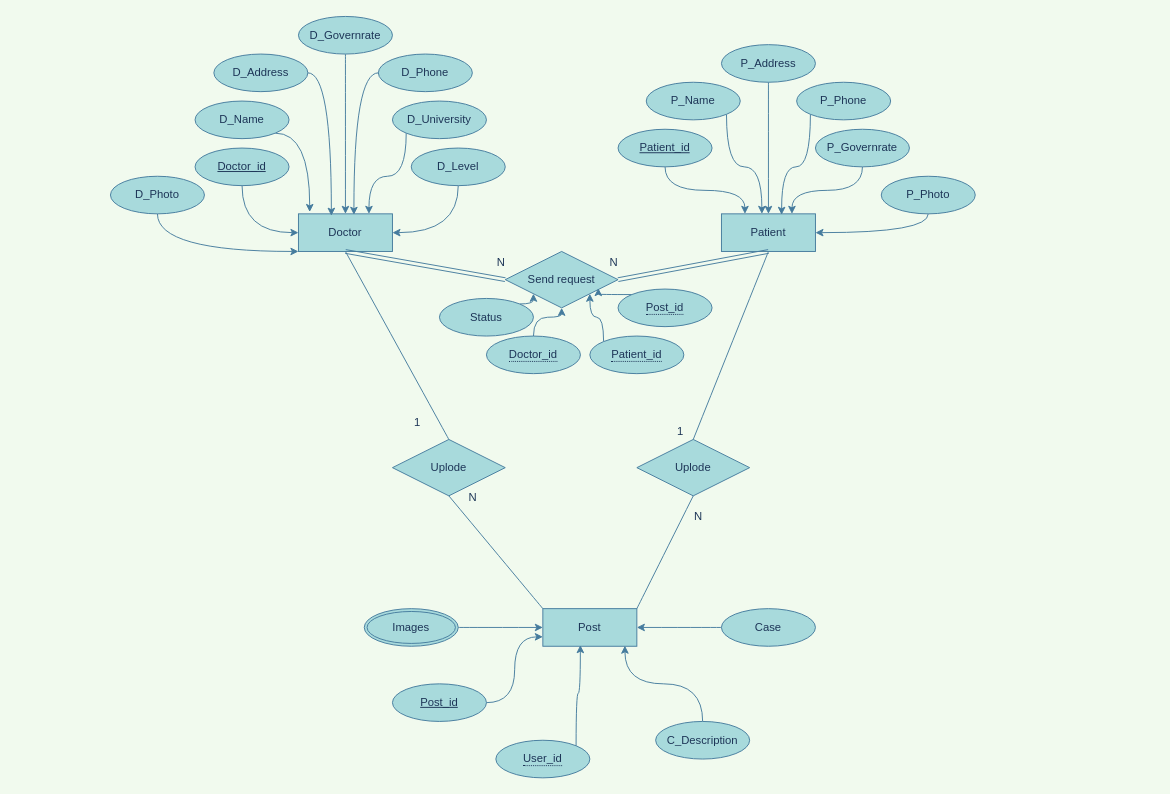
The draw.io diagram UML/ERD/ERD.drawio in mahmoudayman55/Tayser, before the edit. Source tidied: cells renumbered, new cells numbered last; positions are measured from the earlier drawing's top-left corner, leaving out a move shared by most shapes. Both pictures are drawn from the tidied source at 94%, with x=0, y=0 at pixel (110, 16).
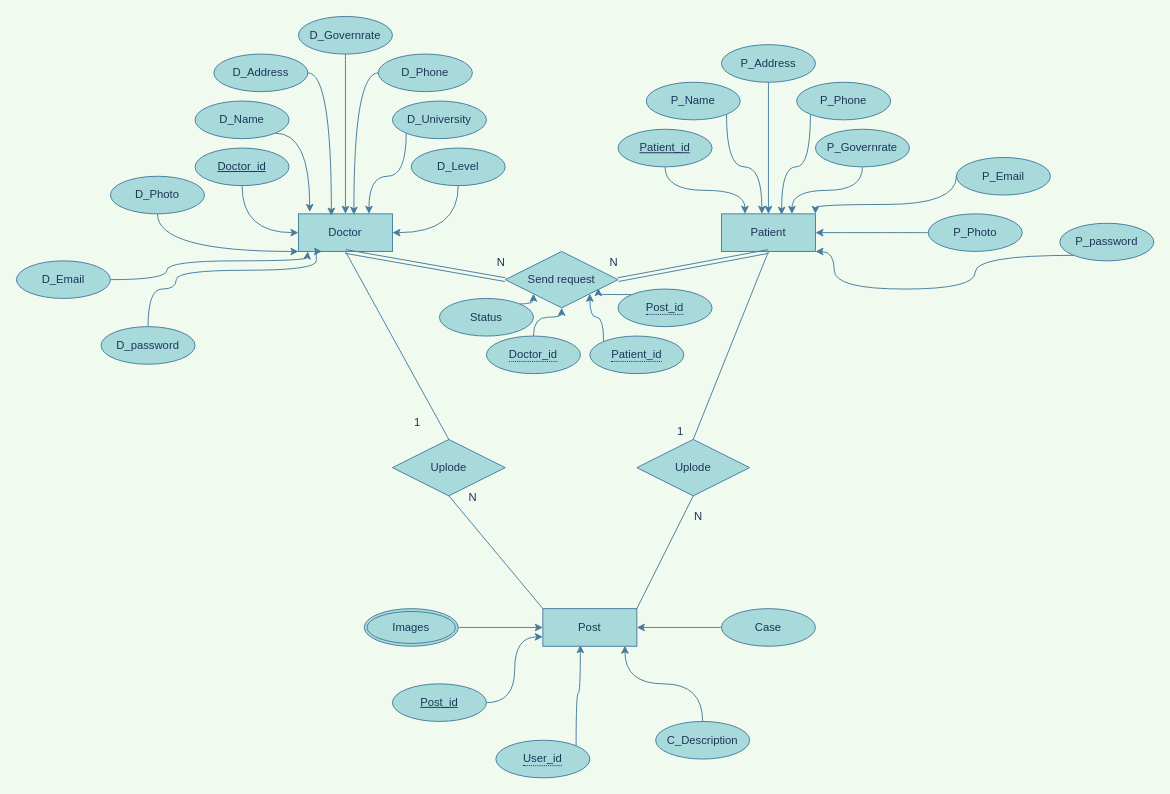
The same page after the edit.

The change refers to these unchanged cells:
```xml
<mxCell id="2" value="Doctor" style="whiteSpace=wrap;html=1;align=center;fillColor=#A8DADC;strokeColor=#457B9D;fontColor=#1D3557;rounded=0;" parent="1" vertex="1">
  <mxGeometry x="200" y="210" width="100" height="40" as="geometry" />
</mxCell>
<mxCell id="3" value="Patient" style="rounded=0;arcSize=10;whiteSpace=wrap;html=1;align=center;fillColor=#A8DADC;strokeColor=#457B9D;fontColor=#1D3557;" parent="1" vertex="1">
  <mxGeometry x="650" y="210" width="100" height="40" as="geometry" />
</mxCell>
```

The edit, as a diff of the source:
```diff
@@
     <mxCell id="62" value="P_Photo" style="ellipse;whiteSpace=wrap;html=1;align=center;fillColor=#A8DADC;strokeColor=#457B9D;fontColor=#1D3557;rounded=0;" parent="1" vertex="1">
-      <mxGeometry x="820" y="170" width="100" height="40" as="geometry" />
+      <mxGeometry x="870" y="210" width="100" height="40" as="geometry" />
     </mxCell>
-    <mxCell id="63" style="edgeStyle=orthogonalEdgeStyle;rounded=0;jettySize=auto;html=1;exitX=0.5;exitY=1;exitDx=0;exitDy=0;entryX=1;entryY=0.5;entryDx=0;entryDy=0;labelBackgroundColor=#F1FAEE;strokeColor=#457B9D;fontColor=#1D3557;curved=1;" parent="1" edge="1" source="62" target="3">
+    <mxCell id="63" style="edgeStyle=orthogonalEdgeStyle;rounded=0;jettySize=auto;html=1;exitX=0;exitY=0.5;exitDx=0;exitDy=0;entryX=1;entryY=0.5;entryDx=0;entryDy=0;labelBackgroundColor=#F1FAEE;strokeColor=#457B9D;fontColor=#1D3557;curved=1;" parent="1" edge="1" source="62" target="3">
       <mxGeometry relative="1" as="geometry" />
     </mxCell>
@@
+    <mxCell id="66" value="P_Email" style="ellipse;whiteSpace=wrap;html=1;align=center;fillColor=#A8DADC;strokeColor=#457B9D;fontColor=#1D3557;rounded=0;" parent="1" vertex="1">
+      <mxGeometry x="900" y="150" width="100" height="40" as="geometry" />
+    </mxCell>
+    <mxCell id="67" style="edgeStyle=orthogonalEdgeStyle;rounded=0;jettySize=auto;html=1;exitX=0;exitY=0.5;exitDx=0;exitDy=0;entryX=1;entryY=0;entryDx=0;entryDy=0;labelBackgroundColor=#F1FAEE;strokeColor=#457B9D;fontColor=#1D3557;curved=1;" parent="1" edge="1" source="66" target="3">
+      <mxGeometry relative="1" as="geometry">
+        <Array as="points">
+          <mxPoint x="900" y="200" />
+          <mxPoint x="750" y="200" />
+        </Array>
+      </mxGeometry>
+    </mxCell>
+    <mxCell id="68" value="P_password" style="ellipse;whiteSpace=wrap;html=1;align=center;fillColor=#A8DADC;strokeColor=#457B9D;fontColor=#1D3557;rounded=0;" parent="1" vertex="1">
+      <mxGeometry x="1010" y="220" width="100" height="40" as="geometry" />
+    </mxCell>
+    <mxCell id="69" style="edgeStyle=orthogonalEdgeStyle;rounded=0;jettySize=auto;html=1;exitX=0;exitY=1;exitDx=0;exitDy=0;entryX=1;entryY=1;entryDx=0;entryDy=0;labelBackgroundColor=#F1FAEE;strokeColor=#457B9D;fontColor=#1D3557;curved=1;" parent="1" edge="1" source="68" target="3">
+      <mxGeometry relative="1" as="geometry">
+        <Array as="points">
+          <mxPoint x="920" y="254" />
+          <mxPoint x="920" y="290" />
+          <mxPoint x="770" y="290" />
+          <mxPoint x="770" y="250" />
+        </Array>
+      </mxGeometry>
+    </mxCell>
+    <mxCell id="70" value="D_Email" style="ellipse;whiteSpace=wrap;html=1;align=center;fillColor=#A8DADC;strokeColor=#457B9D;fontColor=#1D3557;rounded=0;" parent="1" vertex="1">
+      <mxGeometry x="-100" y="260" width="100" height="40" as="geometry" />
+    </mxCell>
+    <mxCell id="71" value="D_password" style="ellipse;whiteSpace=wrap;html=1;align=center;fillColor=#A8DADC;strokeColor=#457B9D;fontColor=#1D3557;rounded=0;" parent="1" vertex="1">
+      <mxGeometry x="-10" y="330" width="100" height="40" as="geometry" />
+    </mxCell>
+    <mxCell id="72" style="edgeStyle=orthogonalEdgeStyle;rounded=0;jettySize=auto;html=1;exitX=1;exitY=0.5;exitDx=0;exitDy=0;labelBackgroundColor=#F1FAEE;strokeColor=#457B9D;fontColor=#1D3557;curved=1;" parent="1" edge="1" source="70">
+      <mxGeometry relative="1" as="geometry">
+        <mxPoint x="210" y="250" as="targetPoint" />
+        <Array as="points">
+          <mxPoint x="60" y="280" />
+          <mxPoint x="60" y="260" />
+          <mxPoint x="209" y="260" />
+        </Array>
+      </mxGeometry>
+    </mxCell>
+    <mxCell id="73" style="edgeStyle=orthogonalEdgeStyle;rounded=0;jettySize=auto;html=1;exitX=0.5;exitY=0;exitDx=0;exitDy=0;labelBackgroundColor=#F1FAEE;strokeColor=#457B9D;fontColor=#1D3557;curved=1;entryX=0.25;entryY=1;entryDx=0;entryDy=0;" parent="1" edge="1" source="71" target="2">
+      <mxGeometry relative="1" as="geometry">
+        <Array as="points">
+          <mxPoint x="40" y="290" />
+          <mxPoint x="70" y="290" />
+          <mxPoint x="70" y="270" />
+          <mxPoint x="219" y="270" />
+          <mxPoint x="219" y="250" />
+        </Array>
+      </mxGeometry>
+    </mxCell>
```
